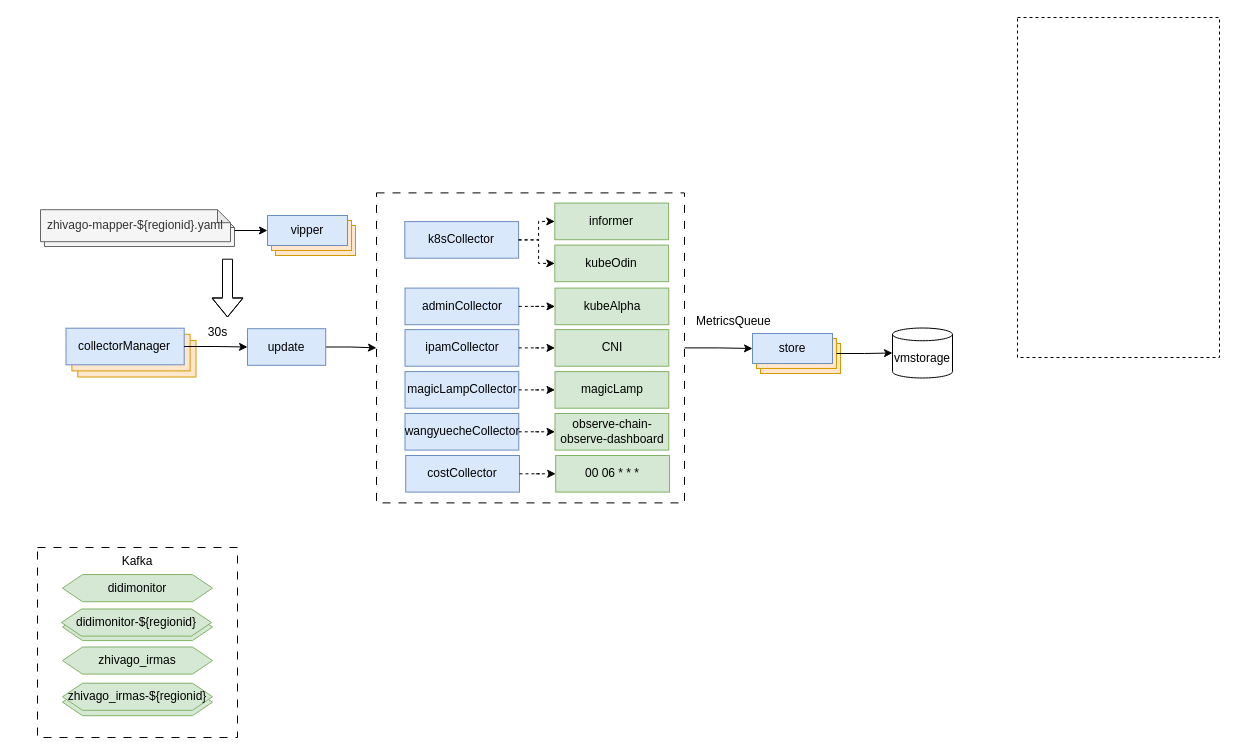
Earlier version of the draw.io diagram 未命名绘图.drawio (zhangfuli/draw.io). Source tidied: cells renumbered, new cells numbered last; positions are measured from the earlier drawing's top-left corner, leaving out a move shared by most shapes. Both pictures are drawn from the tidied source at 100%, with x=0, y=0 at pixel (34, 17).
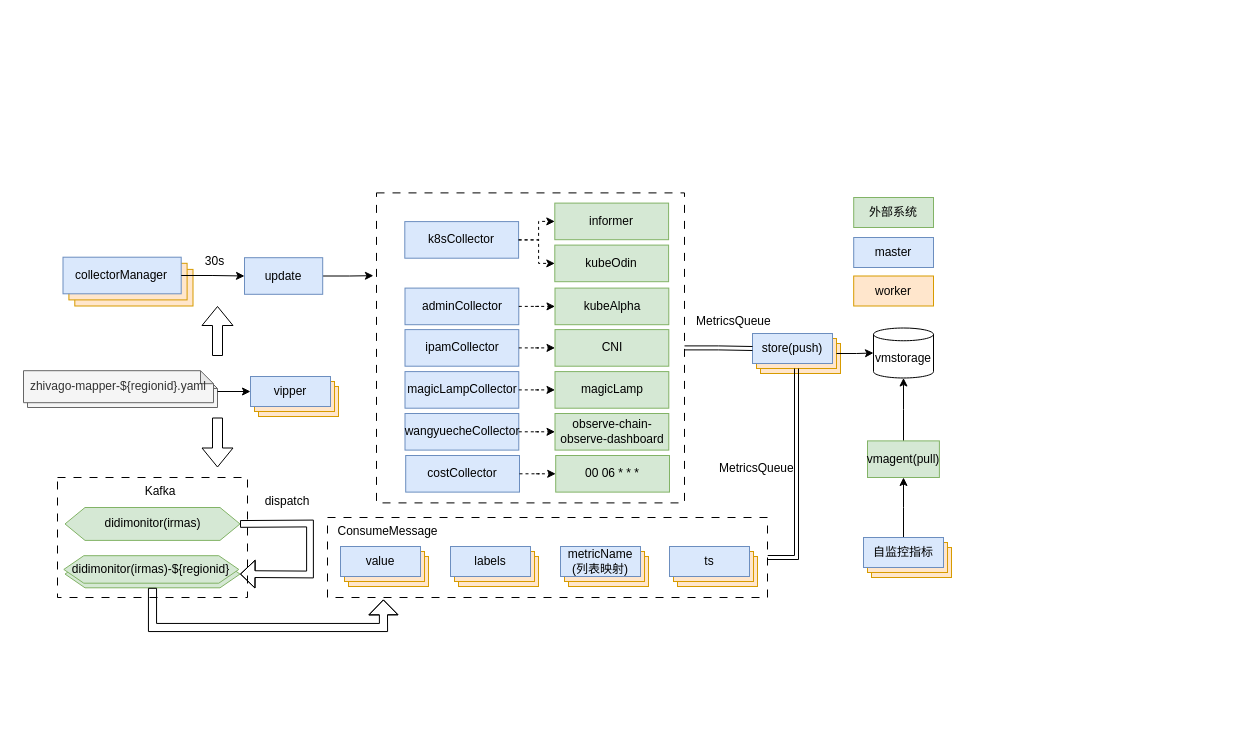
Above is the later version.

Commit message (it also covers changes not shown here):
更新未命名绘图.drawio

The change refers to these unchanged cells:
```xml
<mxCell id="24" style="group;" parent="1" vertex="1">
  <mxGeometry x="718" y="315" width="88" height="41" as="geometry" />
</mxCell>
<mxCell id="26" style="rounded=0;whiteSpace=wrap;html=1;fillColor=#ffe6cc;strokeColor=#d79b00;" parent="24" vertex="1">
  <mxGeometry x="4" y="6" width="80" height="30" as="geometry" />
</mxCell>
<mxCell id="38" style="rounded=0;whiteSpace=wrap;html=1;dashed=1;dashPattern=8 8;" parent="37" vertex="1">
  <mxGeometry y="2.4" width="308" height="310" as="geometry" />
</mxCell>
```

Change to the diagram source:
```diff
@@
-    <mxCell id="2" style="rounded=0;whiteSpace=wrap;html=1;dashed=1;" parent="1" vertex="1">
-      <mxGeometry x="983" width="202" height="340" as="geometry" />
-    </mxCell>
     <mxCell id="3" value="vmstorage" style="shape=cylinder3;whiteSpace=wrap;html=1;boundedLbl=1;backgroundOutline=1;size=6.370370370370267;" parent="1" vertex="1">
-      <mxGeometry x="858" y="310.5" width="60" height="50" as="geometry" />
+      <mxGeometry x="839" y="310.5" width="60" height="50" as="geometry" />
     </mxCell>
-    <mxCell id="4" style="group;" parent="1" vertex="1">
-      <mxGeometry x="3" y="530" width="200" height="190" as="geometry" />
-    </mxCell>
-    <mxCell id="5" style="rounded=0;whiteSpace=wrap;html=1;dashed=1;dashPattern=8 8;" parent="4" vertex="1">
-      <mxGeometry width="200" height="190" as="geometry" />
-    </mxCell>
-    <mxCell id="6" value="didimonitor" style="shape=hexagon;perimeter=hexagonPerimeter2;whiteSpace=wrap;html=1;fixedSize=1;fillColor=#d5e8d4;strokeColor=#82b366;" parent="4" vertex="1">
-      <mxGeometry x="25" y="27.1" width="150" height="27.1" as="geometry" />
-    </mxCell>
-    <mxCell id="7" value="zhivago_irmas" style="shape=hexagon;perimeter=hexagonPerimeter2;whiteSpace=wrap;html=1;fixedSize=1;fillColor=#d5e8d4;strokeColor=#82b366;" parent="4" vertex="1">
-      <mxGeometry x="25" y="99.5" width="150" height="27.1" as="geometry" />
-    </mxCell>
-    <mxCell id="8" style="group;" parent="4" vertex="1">
-      <mxGeometry x="25" y="63.3" width="150" height="36.2" as="geometry" />
-    </mxCell>
-    <mxCell id="9" style="edgeStyle=orthogonalEdgeStyle;rounded=0;jettySize=auto;html=1;exitX=1;exitY=0.75;exitDx=0;exitDy=0;entryX=1;entryY=0.25;entryDx=0;entryDy=0;" parent="8" edge="1" source="10" target="11">
-      <mxGeometry relative="1" as="geometry" />
-    </mxCell>
-    <mxCell id="10" style="shape=hexagon;perimeter=hexagonPerimeter2;whiteSpace=wrap;html=1;fixedSize=1;fillColor=#d5e8d4;strokeColor=#82b366;" parent="8" vertex="1">
-      <mxGeometry y="2.7" width="150" height="27.1" as="geometry" />
-    </mxCell>
-    <mxCell id="11" value="didimonitor-${regionid}" style="shape=hexagon;perimeter=hexagonPerimeter2;whiteSpace=wrap;html=1;fixedSize=1;fillColor=#d5e8d4;strokeColor=#82b366;" parent="8" vertex="1">
-      <mxGeometry x="-1" y="-1.8" width="150" height="27.1" as="geometry" />
-    </mxCell>
-    <mxCell id="12" value="Kafka" style="text;html=1;strokeColor=none;fillColor=none;align=center;verticalAlign=middle;whiteSpace=wrap;rounded=0;" parent="4" vertex="1">
-      <mxGeometry x="70" width="60" height="27.1" as="geometry" />
-    </mxCell>
-    <mxCell id="13" style="group;" parent="4" vertex="1">
-      <mxGeometry x="25" y="135.7" width="150" height="36.2" as="geometry" />
-    </mxCell>
-    <mxCell id="14" style="shape=hexagon;perimeter=hexagonPerimeter2;whiteSpace=wrap;html=1;fixedSize=1;fillColor=#d5e8d4;strokeColor=#82b366;" parent="13" vertex="1">
-      <mxGeometry y="5.4" width="150" height="27.1" as="geometry" />
-    </mxCell>
-    <mxCell id="15" value="zhivago_irmas-${regionid}" style="shape=hexagon;perimeter=hexagonPerimeter2;whiteSpace=wrap;html=1;fixedSize=1;fillColor=#d5e8d4;strokeColor=#82b366;" parent="13" vertex="1">
-      <mxGeometry width="150" height="27.1" as="geometry" />
-    </mxCell>
     <mxCell id="16" style="group;" parent="1" vertex="1">
-      <mxGeometry y="189" width="200" height="40" as="geometry" />
+      <mxGeometry x="-17" y="350" width="200" height="40" as="geometry" />
     </mxCell>
@@
     <mxCell id="19" style="group;" parent="1" vertex="1">
-      <mxGeometry x="233" y="197" width="88" height="41" as="geometry" />
+      <mxGeometry x="216" y="358" width="88" height="41" as="geometry" />
     </mxCell>
@@
-    <mxCell id="27" value="store" style="rounded=0;whiteSpace=wrap;html=1;fillColor=#dae8fc;strokeColor=#6c8ebf;" parent="24" vertex="1">
+    <mxCell id="27" value="store(push)" style="rounded=0;whiteSpace=wrap;html=1;fillColor=#dae8fc;strokeColor=#6c8ebf;" parent="24" vertex="1">
       <mxGeometry y="1" width="80" height="30" as="geometry" />
     </mxCell>
     <mxCell id="28" style="group;" parent="1" vertex="1">
-      <mxGeometry x="31.5" y="309.5" width="130" height="50" as="geometry" />
+      <mxGeometry x="28.5" y="238.5" width="130" height="50" as="geometry" />
     </mxCell>
@@
-    <mxCell id="32" style="edgeStyle=orthogonalEdgeStyle;rounded=0;jettySize=auto;html=1;entryX=0;entryY=0.5;entryDx=0;entryDy=0;" parent="1" edge="1" source="33" target="38">
+    <mxCell id="32" style="edgeStyle=orthogonalEdgeStyle;rounded=0;jettySize=auto;html=1;entryX=-0.01;entryY=0.267;entryDx=0;entryDy=0;entryPerimeter=0;" parent="1" edge="1" source="33" target="38">
       <mxGeometry relative="1" as="geometry" />
     </mxCell>
     <mxCell id="33" value="update" style="rounded=0;whiteSpace=wrap;html=1;fillColor=#dae8fc;strokeColor=#6c8ebf;" parent="1" vertex="1">
-      <mxGeometry x="213" y="311.2" width="78.2" height="36.6" as="geometry" />
+      <mxGeometry x="210" y="240.2" width="78.2" height="36.6" as="geometry" />
     </mxCell>
@@
     <mxCell id="35" value="30s" style="text;html=1;align=center;verticalAlign=middle;strokeColor=none;fillColor=none;" parent="1" vertex="1">
-      <mxGeometry x="163" y="300" width="40" height="30" as="geometry" />
+      <mxGeometry x="160" y="229" width="40" height="30" as="geometry" />
     </mxCell>
@@
-    <mxCell id="59" style="edgeStyle=orthogonalEdgeStyle;rounded=0;jettySize=auto;html=1;" parent="1" edge="1" source="38" target="27">
+    <mxCell id="59" style="edgeStyle=orthogonalEdgeStyle;rounded=0;jettySize=auto;html=1;shape=link;" parent="1" edge="1" source="38" target="27">
       <mxGeometry relative="1" as="geometry" />
     </mxCell>
@@
-    <mxCell id="62" style="shape=flexArrow;endArrow=classic;html=1;rounded=0;" parent="1" edge="1">
-      <mxGeometry relative="1" as="geometry">
-        <mxPoint x="193" y="241.2" as="sourcePoint" />
-        <mxPoint x="193" y="300" as="targetPoint" />
-        <Array as="points">
-          <mxPoint x="193" y="280" />
-        </Array>
-      </mxGeometry>
-    </mxCell>
+    <mxCell id="63" style="rounded=0;jettySize=auto;html=1;exitX=1;exitY=0.5;exitDx=0;exitDy=0;entryX=0.5;entryY=1;entryDx=0;entryDy=0;shape=link;edgeStyle=orthogonalEdgeStyle;" parent="1" edge="1" source="66" target="26">
+      <mxGeometry relative="1" as="geometry" />
+    </mxCell>
+    <mxCell id="64" value="MetricsQueue" style="text;whiteSpace=wrap;" parent="1" vertex="1">
+      <mxGeometry x="683" y="437.1" width="110" height="40" as="geometry" />
+    </mxCell>
+    <mxCell id="65" style="group;" parent="1" vertex="1">
+      <mxGeometry x="293" y="500" width="440" height="80" as="geometry" />
+    </mxCell>
+    <mxCell id="66" style="rounded=0;whiteSpace=wrap;html=1;dashed=1;dashPattern=8 8;" parent="65" vertex="1">
+      <mxGeometry width="440" height="80" as="geometry" />
+    </mxCell>
+    <mxCell id="67" style="rounded=0;whiteSpace=wrap;html=1;fillColor=#ffe6cc;strokeColor=#d79b00;" parent="65" vertex="1">
+      <mxGeometry x="21" y="39" width="80" height="30" as="geometry" />
+    </mxCell>
+    <mxCell id="68" style="rounded=0;whiteSpace=wrap;html=1;fillColor=#ffe6cc;strokeColor=#d79b00;" parent="65" vertex="1">
+      <mxGeometry x="17" y="34" width="80" height="30" as="geometry" />
+    </mxCell>
+    <mxCell id="69" value="value" style="rounded=0;whiteSpace=wrap;html=1;fillColor=#dae8fc;strokeColor=#6c8ebf;" parent="65" vertex="1">
+      <mxGeometry x="13" y="29" width="80" height="30" as="geometry" />
+    </mxCell>
+    <mxCell id="70" style="rounded=0;whiteSpace=wrap;html=1;fillColor=#ffe6cc;strokeColor=#d79b00;" parent="65" vertex="1">
+      <mxGeometry x="131" y="39" width="80" height="30" as="geometry" />
+    </mxCell>
+    <mxCell id="71" style="rounded=0;whiteSpace=wrap;html=1;fillColor=#ffe6cc;strokeColor=#d79b00;" parent="65" vertex="1">
+      <mxGeometry x="127" y="34" width="80" height="30" as="geometry" />
+    </mxCell>
+    <mxCell id="72" value="labels" style="rounded=0;whiteSpace=wrap;html=1;fillColor=#dae8fc;strokeColor=#6c8ebf;" parent="65" vertex="1">
+      <mxGeometry x="123" y="29" width="80" height="30" as="geometry" />
+    </mxCell>
+    <mxCell id="73" style="rounded=0;whiteSpace=wrap;html=1;fillColor=#ffe6cc;strokeColor=#d79b00;" parent="65" vertex="1">
+      <mxGeometry x="241" y="39" width="80" height="30" as="geometry" />
+    </mxCell>
+    <mxCell id="74" style="rounded=0;whiteSpace=wrap;html=1;fillColor=#ffe6cc;strokeColor=#d79b00;" parent="65" vertex="1">
+      <mxGeometry x="237" y="34" width="80" height="30" as="geometry" />
+    </mxCell>
+    <mxCell id="75" value="metricName&lt;br&gt;(列表映射)" style="rounded=0;whiteSpace=wrap;html=1;fillColor=#dae8fc;strokeColor=#6c8ebf;" parent="65" vertex="1">
+      <mxGeometry x="233" y="29" width="80" height="30" as="geometry" />
+    </mxCell>
+    <mxCell id="76" style="rounded=0;whiteSpace=wrap;html=1;fillColor=#ffe6cc;strokeColor=#d79b00;" parent="65" vertex="1">
+      <mxGeometry x="350" y="39" width="80" height="30" as="geometry" />
+    </mxCell>
+    <mxCell id="77" style="rounded=0;whiteSpace=wrap;html=1;fillColor=#ffe6cc;strokeColor=#d79b00;" parent="65" vertex="1">
+      <mxGeometry x="346" y="34" width="80" height="30" as="geometry" />
+    </mxCell>
+    <mxCell id="78" value="ts" style="rounded=0;whiteSpace=wrap;html=1;fillColor=#dae8fc;strokeColor=#6c8ebf;" parent="65" vertex="1">
+      <mxGeometry x="342" y="29" width="80" height="30" as="geometry" />
+    </mxCell>
+    <mxCell id="79" value="ConsumeMessage" style="text;html=1;align=center;verticalAlign=middle;strokeColor=none;fillColor=none;" parent="65" vertex="1">
+      <mxGeometry y="-1" width="120" height="30" as="geometry" />
+    </mxCell>
+    <mxCell id="80" style="group;" parent="1" vertex="1">
+      <mxGeometry x="23" y="460" width="260" height="120" as="geometry" />
+    </mxCell>
+    <mxCell id="81" style="rounded=0;whiteSpace=wrap;html=1;dashed=1;dashPattern=8 8;" parent="80" vertex="1">
+      <mxGeometry width="190" height="120" as="geometry" />
+    </mxCell>
+    <mxCell id="6" value="didimonitor(irmas)" style="shape=hexagon;perimeter=hexagonPerimeter2;whiteSpace=wrap;html=1;fixedSize=1;fillColor=#d5e8d4;strokeColor=#82b366;" parent="80" vertex="1">
+      <mxGeometry x="7.5" y="30" width="175" height="32.9" as="geometry" />
+    </mxCell>
+    <mxCell id="8" style="group;" parent="80" vertex="1">
+      <mxGeometry x="7.5" y="80" width="175" height="36.7" as="geometry" />
+    </mxCell>
+    <mxCell id="9" style="edgeStyle=orthogonalEdgeStyle;rounded=0;jettySize=auto;html=1;exitX=1;exitY=0.75;exitDx=0;exitDy=0;entryX=1;entryY=0.25;entryDx=0;entryDy=0;" parent="8" edge="1" source="10" target="11">
+      <mxGeometry relative="1" as="geometry" />
+    </mxCell>
+    <mxCell id="10" style="shape=hexagon;perimeter=hexagonPerimeter2;whiteSpace=wrap;html=1;fixedSize=1;fillColor=#d5e8d4;strokeColor=#82b366;" parent="8" vertex="1">
+      <mxGeometry y="2.8" width="175" height="27.5" as="geometry" />
+    </mxCell>
+    <mxCell id="11" value="didimonitor(irmas)-${regionid}" style="shape=hexagon;perimeter=hexagonPerimeter2;whiteSpace=wrap;html=1;fixedSize=1;fillColor=#d5e8d4;strokeColor=#82b366;" parent="8" vertex="1">
+      <mxGeometry x="-1.2" y="-1.8" width="175" height="27.5" as="geometry" />
+    </mxCell>
+    <mxCell id="12" value="Kafka" style="text;html=1;strokeColor=none;fillColor=none;align=center;verticalAlign=middle;whiteSpace=wrap;rounded=0;" parent="80" vertex="1">
+      <mxGeometry x="72.5" width="60" height="27.1" as="geometry" />
+    </mxCell>
+    <mxCell id="82" style="shape=flexArrow;endArrow=classic;html=1;rounded=0;exitX=1;exitY=0.5;exitDx=0;exitDy=0;entryX=1;entryY=0.5;entryDx=0;entryDy=0;width=6.774193548387097;endSize=4.519354838709678;" parent="80" edge="1" source="6" target="10">
+      <mxGeometry relative="1" as="geometry">
+        <Array as="points">
+          <mxPoint x="252.5" y="46" />
+          <mxPoint x="252.5" y="97" />
+        </Array>
+      </mxGeometry>
+    </mxCell>
+    <mxCell id="83" value="dispatch" style="text;html=1;strokeColor=none;fillColor=none;align=center;verticalAlign=middle;whiteSpace=wrap;rounded=0;" parent="80" vertex="1">
+      <mxGeometry x="200" y="10" width="60" height="27.1" as="geometry" />
+    </mxCell>
+    <mxCell id="84" style="shape=flexArrow;endArrow=classic;html=1;rounded=0;exitX=0.5;exitY=1;exitDx=0;exitDy=0;entryX=0.127;entryY=1.024;entryDx=0;entryDy=0;entryPerimeter=0;width=8.125;endSize=4.64375;" parent="1" edge="1" source="10" target="66">
+      <mxGeometry relative="1" as="geometry">
+        <Array as="points">
+          <mxPoint x="118" y="610" />
+          <mxPoint x="349" y="610" />
+        </Array>
+      </mxGeometry>
+    </mxCell>
+    <mxCell id="85" style="rounded=0;whiteSpace=wrap;html=1;fillColor=#ffe6cc;strokeColor=#d79b00;" parent="1" vertex="1">
+      <mxGeometry x="837" y="530" width="80" height="30" as="geometry" />
+    </mxCell>
+    <mxCell id="86" style="rounded=0;whiteSpace=wrap;html=1;fillColor=#ffe6cc;strokeColor=#d79b00;" parent="1" vertex="1">
+      <mxGeometry x="833" y="525" width="80" height="30" as="geometry" />
+    </mxCell>
+    <mxCell id="87" style="edgeStyle=orthogonalEdgeStyle;rounded=0;jettySize=auto;html=1;" parent="1" edge="1" source="88" target="90">
+      <mxGeometry relative="1" as="geometry" />
+    </mxCell>
+    <mxCell id="88" value="自监控指标" style="rounded=0;whiteSpace=wrap;html=1;fillColor=#dae8fc;strokeColor=#6c8ebf;" parent="1" vertex="1">
+      <mxGeometry x="829" y="520" width="80" height="30" as="geometry" />
+    </mxCell>
+    <mxCell id="89" style="edgeStyle=orthogonalEdgeStyle;rounded=0;jettySize=auto;html=1;" parent="1" edge="1" source="90" target="3">
+      <mxGeometry relative="1" as="geometry" />
+    </mxCell>
+    <mxCell id="90" value="vmagent(pull)" style="rounded=0;whiteSpace=wrap;html=1;fillColor=#d5e8d4;strokeColor=#82b366;" parent="1" vertex="1">
+      <mxGeometry x="833" y="423.4" width="71.9" height="36.6" as="geometry" />
+    </mxCell>
+    <mxCell id="91" style="shape=flexArrow;endArrow=classic;html=1;rounded=0;" parent="1" edge="1">
+      <mxGeometry relative="1" as="geometry">
+        <mxPoint x="183" y="338.5" as="sourcePoint" />
+        <mxPoint x="183" y="288.5" as="targetPoint" />
+      </mxGeometry>
+    </mxCell>
+    <mxCell id="92" style="shape=flexArrow;endArrow=classic;html=1;rounded=0;" parent="1" edge="1">
+      <mxGeometry relative="1" as="geometry">
+        <mxPoint x="183" y="400" as="sourcePoint" />
+        <mxPoint x="183" y="450" as="targetPoint" />
+      </mxGeometry>
+    </mxCell>
+    <mxCell id="93" value="外部系统" style="rounded=0;whiteSpace=wrap;html=1;fillColor=#d5e8d4;strokeColor=#82b366;" parent="1" vertex="1">
+      <mxGeometry x="819.2" y="180" width="79.8" height="30" as="geometry" />
+    </mxCell>
+    <mxCell id="94" value="master" style="rounded=0;whiteSpace=wrap;html=1;fillColor=#dae8fc;strokeColor=#6c8ebf;" parent="1" vertex="1">
+      <mxGeometry x="819.2" y="220" width="79.8" height="30" as="geometry" />
+    </mxCell>
+    <mxCell id="95" value="worker" style="rounded=0;whiteSpace=wrap;html=1;fillColor=#ffe6cc;strokeColor=#d79b00;" parent="1" vertex="1">
+      <mxGeometry x="819.2" y="258.5" width="79.8" height="30" as="geometry" />
+    </mxCell>
```
